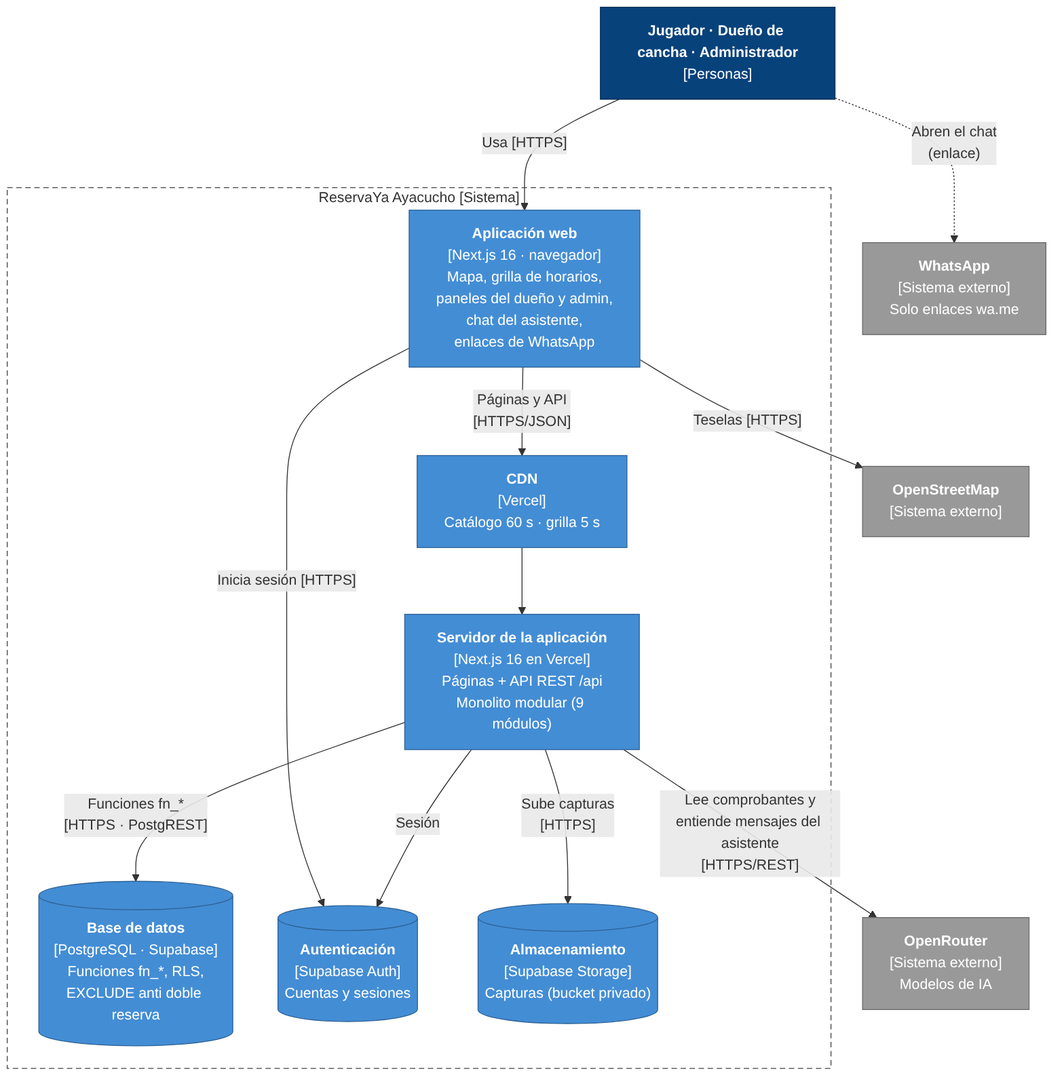
Earlier version of the Mermaid export img/nivel2-contenedores.png (edhtsprado27-bit/ReservaYa-Ayacucho). Its source is kept beside it as img/fuentes-svg/nivel2-contenedores.mmd.
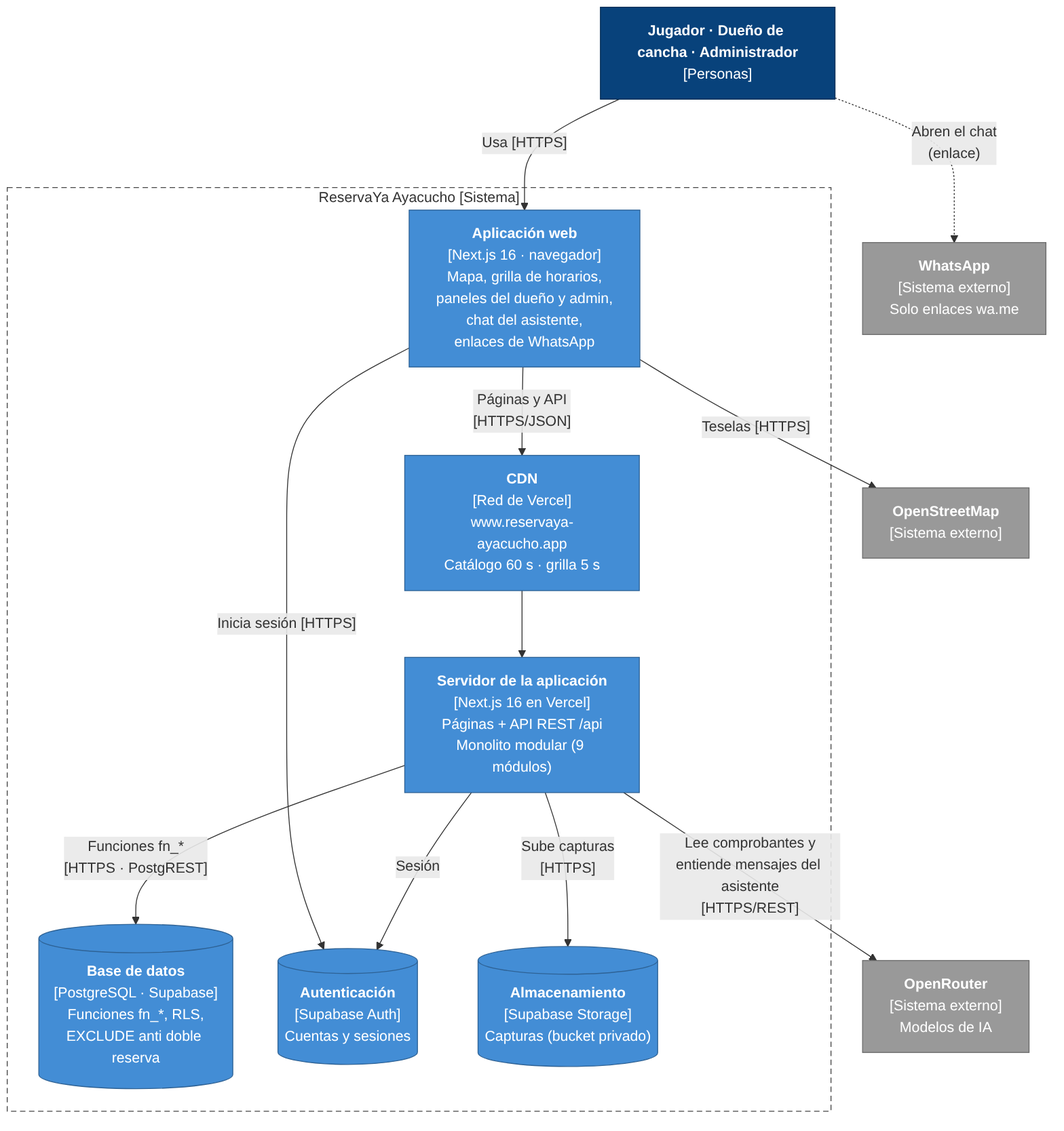
The same file after the commit.

Diff of the diagram source:
```diff
@@ -4,7 +4,7 @@
     subgraph limite["ReservaYa Ayacucho [Sistema]"]
         web["<b>Aplicación web</b><br/>[Next.js 16 · navegador]<br/>Mapa, grilla de horarios,<br/>paneles del dueño y admin,<br/>chat del asistente,<br/>enlaces de WhatsApp"]
         srv["<b>Servidor de la aplicación</b><br/>[Next.js 16 en Vercel]<br/>Páginas + API REST /api<br/>Monolito modular (9 módulos)"]
-        cdn["<b>CDN</b><br/>[Vercel]<br/>Catálogo 60 s · grilla 5 s"]
+        cdn["<b>CDN</b><br/>[Red de Vercel]<br/>www.reservaya-ayacucho.app<br/>Catálogo 60 s · grilla 5 s"]
         bd[("<b>Base de datos</b><br/>[PostgreSQL · Supabase]<br/>Funciones fn_*, RLS,<br/>EXCLUDE anti doble reserva")]
         auth[("<b>Autenticación</b><br/>[Supabase Auth]<br/>Cuentas y sesiones")]
         storage[("<b>Almacenamiento</b><br/>[Supabase Storage]<br/>Capturas (bucket privado)")]
```
